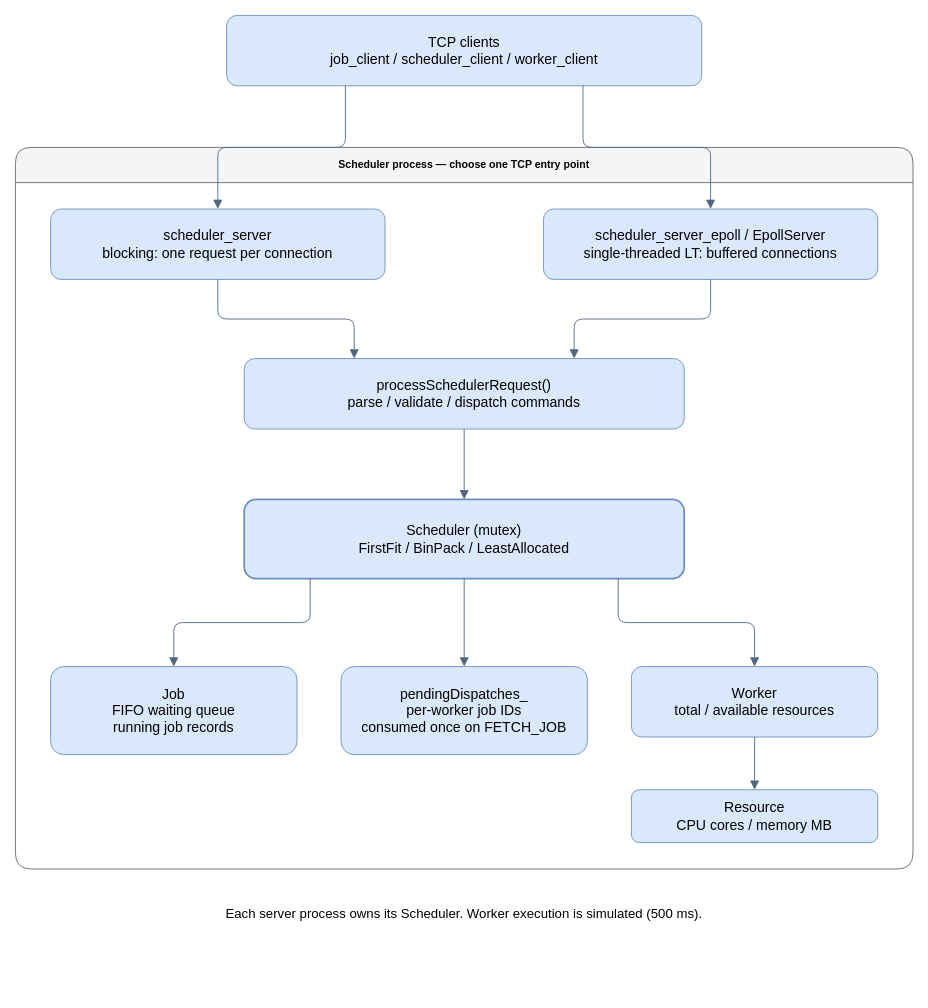
zefyrx/HeteroSched keeps this draw.io diagram as page "01 架构总览" (1 of 4) of assets/architecture.drawio. Above is the earlier version. Source tidied: cells renumbered, new cells numbered last; positions are measured from the earlier drawing's top-left corner, leaving out a move shared by most shapes. Both pictures are drawn from the tidied source at 88%, with x=0, y=0 at pixel (15, 15).
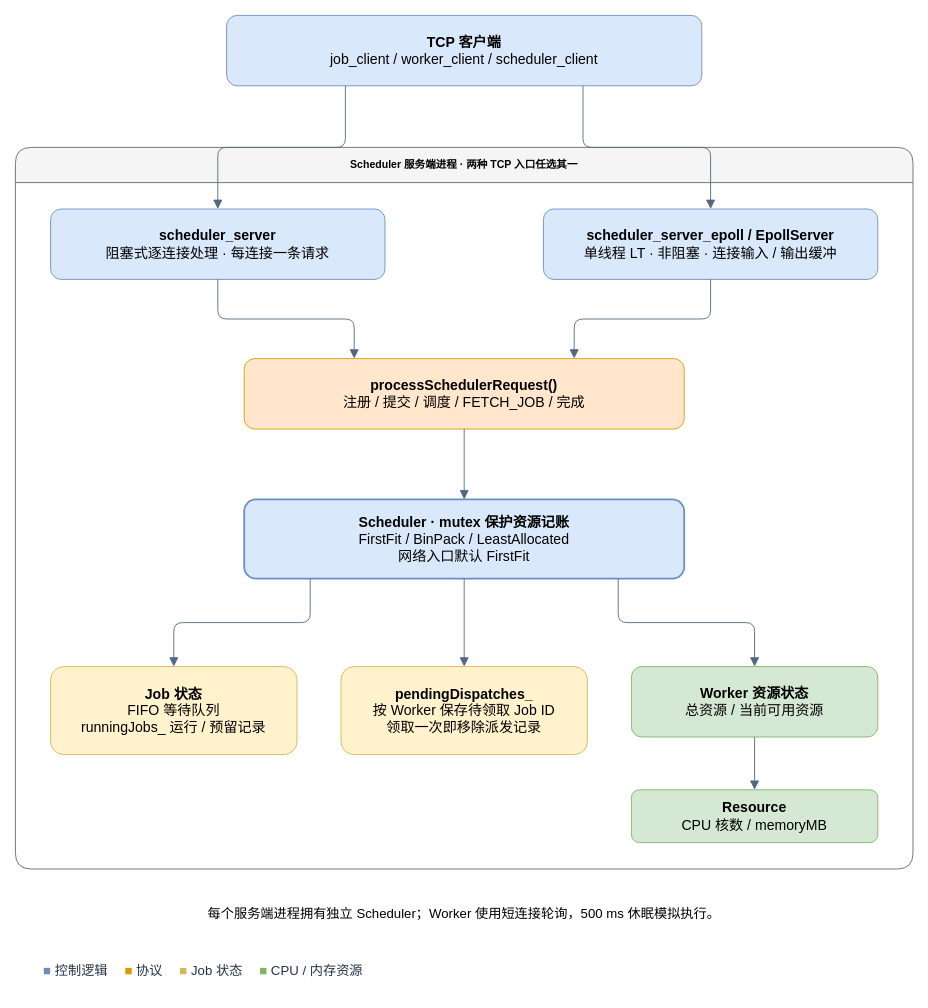
After the change.

Commit message (it also covers changes not shown here):
docs: expand architecture diagrams and update README

The edit, as a diff of the source:
```diff
@@
-    <mxCell id="2" value="TCP clients&lt;br&gt;job_client / scheduler_client / worker_client" style="rounded=1;whiteSpace=wrap;html=1;fontFamily=Helvetica;fontSize=16;fillColor=#dae8fc;strokeColor=#6c8ebf;" parent="1" vertex="1">
+    <mxCell id="2" value="&lt;b&gt;TCP 客户端&lt;/b&gt;&lt;br&gt;job_client / worker_client / scheduler_client" style="rounded=1;whiteSpace=wrap;html=1;fontFamily=Microsoft YaHei;fontSize=16;fillColor=#dae8fc;strokeColor=#6c8ebf;" parent="1" vertex="1">
       <mxGeometry x="240" width="540" height="80" as="geometry" />
     </mxCell>
-    <mxCell id="3" value="Scheduler process — choose one TCP entry point" style="rounded=1;whiteSpace=wrap;html=1;fontFamily=Helvetica;fontSize=16;fillColor=#dae8fc;strokeColor=#6c8ebf;swimlane;startSize=40;fillColor=#f5f5f5;strokeColor=#666666;fontStyle=1;" parent="1" vertex="1">
+    <mxCell id="3" value="Scheduler 服务端进程 · 两种 TCP 入口任选其一" style="rounded=1;whiteSpace=wrap;html=1;fontFamily=Microsoft YaHei;fontSize=16;fillColor=#dae8fc;strokeColor=#6c8ebf;swimlane;startSize=40;fillColor=#f5f5f5;strokeColor=#666666;fontStyle=1;" parent="1" vertex="1">
       <mxGeometry y="150" width="1020" height="820" as="geometry" />
     </mxCell>
-    <mxCell id="4" value="scheduler_server&lt;br&gt;blocking: one request per connection" style="rounded=1;whiteSpace=wrap;html=1;fontFamily=Helvetica;fontSize=16;fillColor=#dae8fc;strokeColor=#6c8ebf;" parent="3" vertex="1">
+    <mxCell id="4" value="&lt;b&gt;scheduler_server&lt;/b&gt;&lt;br&gt;阻塞式逐连接处理 · 每连接一条请求" style="rounded=1;whiteSpace=wrap;html=1;fontFamily=Microsoft YaHei;fontSize=16;fillColor=#dae8fc;strokeColor=#6c8ebf;" parent="3" vertex="1">
       <mxGeometry x="40" y="70" width="380" height="80" as="geometry" />
     </mxCell>
-    <mxCell id="5" value="scheduler_server_epoll / EpollServer&lt;br&gt;single-threaded LT: buffered connections" style="rounded=1;whiteSpace=wrap;html=1;fontFamily=Helvetica;fontSize=16;fillColor=#dae8fc;strokeColor=#6c8ebf;" parent="3" vertex="1">
+    <mxCell id="5" value="&lt;b&gt;scheduler_server_epoll / EpollServer&lt;/b&gt;&lt;br&gt;单线程 LT · 非阻塞 · 连接输入 / 输出缓冲" style="rounded=1;whiteSpace=wrap;html=1;fontFamily=Microsoft YaHei;fontSize=16;fillColor=#dae8fc;strokeColor=#6c8ebf;" parent="3" vertex="1">
       <mxGeometry x="600" y="70" width="380" height="80" as="geometry" />
     </mxCell>
-    <mxCell id="6" value="processSchedulerRequest()&lt;br&gt;parse / validate / dispatch commands" style="rounded=1;whiteSpace=wrap;html=1;fontFamily=Helvetica;fontSize=16;fillColor=#dae8fc;strokeColor=#6c8ebf;" parent="3" vertex="1">
+    <mxCell id="6" value="&lt;b&gt;processSchedulerRequest()&lt;/b&gt;&lt;br&gt;注册 / 提交 / 调度 / FETCH_JOB / 完成" style="rounded=1;whiteSpace=wrap;html=1;fontFamily=Microsoft YaHei;fontSize=16;fillColor=#dae8fc;strokeColor=#6c8ebf;fillColor=#ffe6cc;strokeColor=#d79b00;" parent="3" vertex="1">
       <mxGeometry x="260" y="240" width="500" height="80" as="geometry" />
     </mxCell>
-    <mxCell id="7" value="Scheduler (mutex)&lt;br&gt;FirstFit / BinPack / LeastAllocated" style="rounded=1;whiteSpace=wrap;html=1;fontFamily=Helvetica;fontSize=16;fillColor=#dae8fc;strokeColor=#6c8ebf;strokeWidth=2;" parent="3" vertex="1">
+    <mxCell id="7" value="&lt;b&gt;Scheduler · mutex 保护资源记账&lt;/b&gt;&lt;br&gt;FirstFit / BinPack / LeastAllocated&lt;br&gt;网络入口默认 FirstFit" style="rounded=1;whiteSpace=wrap;html=1;fontFamily=Microsoft YaHei;fontSize=16;fillColor=#dae8fc;strokeColor=#6c8ebf;strokeWidth=2;" parent="3" vertex="1">
       <mxGeometry x="260" y="400" width="500" height="90" as="geometry" />
     </mxCell>
-    <mxCell id="8" value="Job&lt;br&gt;FIFO waiting queue&lt;br&gt;running job records" style="rounded=1;whiteSpace=wrap;html=1;fontFamily=Helvetica;fontSize=16;fillColor=#dae8fc;strokeColor=#6c8ebf;" parent="3" vertex="1">
+    <mxCell id="8" value="&lt;b&gt;Job 状态&lt;/b&gt;&lt;br&gt;FIFO 等待队列&lt;br&gt;runningJobs_ 运行 / 预留记录" style="rounded=1;whiteSpace=wrap;html=1;fontFamily=Microsoft YaHei;fontSize=16;fillColor=#dae8fc;strokeColor=#6c8ebf;fillColor=#fff2cc;strokeColor=#d6b656;" parent="3" vertex="1">
       <mxGeometry x="40" y="590" width="280" height="100" as="geometry" />
     </mxCell>
-    <mxCell id="9" value="pendingDispatches_&lt;br&gt;per-worker job IDs&lt;br&gt;consumed once on FETCH_JOB" style="rounded=1;whiteSpace=wrap;html=1;fontFamily=Helvetica;fontSize=16;fillColor=#dae8fc;strokeColor=#6c8ebf;" parent="3" vertex="1">
+    <mxCell id="9" value="&lt;b&gt;pendingDispatches_&lt;/b&gt;&lt;br&gt;按 Worker 保存待领取 Job ID&lt;br&gt;领取一次即移除派发记录" style="rounded=1;whiteSpace=wrap;html=1;fontFamily=Microsoft YaHei;fontSize=16;fillColor=#dae8fc;strokeColor=#6c8ebf;fillColor=#fff2cc;strokeColor=#d6b656;" parent="3" vertex="1">
       <mxGeometry x="370" y="590" width="280" height="100" as="geometry" />
     </mxCell>
-    <mxCell id="10" value="Worker&lt;br&gt;total / available resources" style="rounded=1;whiteSpace=wrap;html=1;fontFamily=Helvetica;fontSize=16;fillColor=#dae8fc;strokeColor=#6c8ebf;" parent="3" vertex="1">
+    <mxCell id="10" value="&lt;b&gt;Worker 资源状态&lt;/b&gt;&lt;br&gt;总资源 / 当前可用资源" style="rounded=1;whiteSpace=wrap;html=1;fontFamily=Microsoft YaHei;fontSize=16;fillColor=#dae8fc;strokeColor=#6c8ebf;fillColor=#d5e8d4;strokeColor=#82b366;" parent="3" vertex="1">
       <mxGeometry x="700" y="590" width="280" height="80" as="geometry" />
     </mxCell>
-    <mxCell id="11" value="Resource&lt;br&gt;CPU cores / memory MB" style="rounded=1;whiteSpace=wrap;html=1;fontFamily=Helvetica;fontSize=16;fillColor=#dae8fc;strokeColor=#6c8ebf;" parent="3" vertex="1">
+    <mxCell id="11" value="&lt;b&gt;Resource&lt;/b&gt;&lt;br&gt;CPU 核数 / memoryMB" style="rounded=1;whiteSpace=wrap;html=1;fontFamily=Microsoft YaHei;fontSize=16;fillColor=#dae8fc;strokeColor=#6c8ebf;fillColor=#d5e8d4;strokeColor=#82b366;" parent="3" vertex="1">
       <mxGeometry x="700" y="730" width="280" height="60" as="geometry" />
     </mxCell>
-    <mxCell id="12" value="Each server process owns its Scheduler. Worker execution is simulated (500 ms)." style="rounded=1;whiteSpace=wrap;html=1;fontFamily=Helvetica;fontSize=16;fillColor=#dae8fc;strokeColor=#6c8ebf;fillColor=none;strokeColor=none;fontSize=15;" parent="1" vertex="1">
+    <mxCell id="12" value="每个服务端进程拥有独立 Scheduler；Worker 使用短连接轮询，500 ms 休眠模拟执行。" style="rounded=1;whiteSpace=wrap;html=1;fontFamily=Microsoft YaHei;fontSize=16;fillColor=#dae8fc;strokeColor=#6c8ebf;fillColor=none;strokeColor=none;fontSize=15;" parent="1" vertex="1">
       <mxGeometry x="60" y="1000" width="900" height="40" as="geometry" />
     </mxCell>
@@
+    <mxCell id="22" value="&lt;font color=&quot;#6c8ebf&quot;&gt;■&lt;/font&gt; 控制逻辑　 &lt;font color=&quot;#d79b00&quot;&gt;■&lt;/font&gt; 协议　 &lt;font color=&quot;#d6b656&quot;&gt;■&lt;/font&gt; Job 状态　 &lt;font color=&quot;#82b366&quot;&gt;■&lt;/font&gt; CPU / 内存资源" style="text;html=1;whiteSpace=wrap;strokeColor=none;fillColor=none;align=left;fontFamily=Microsoft YaHei;fontSize=16;fontColor=#243247;fontSize=15;" parent="1" vertex="1">
+      <mxGeometry x="30" y="1070" width="980" height="40" as="geometry" />
+    </mxCell>
```
